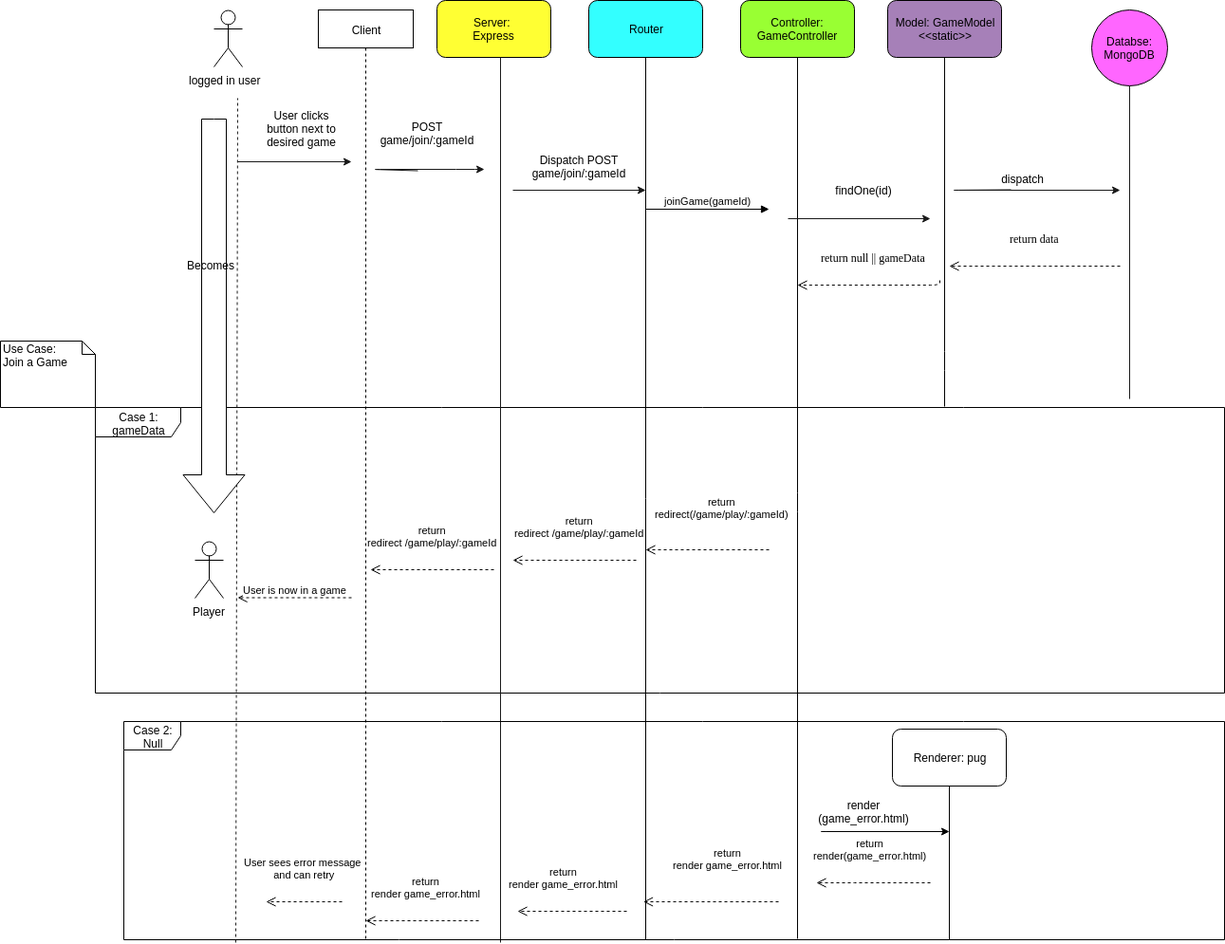
Earlier version of the draw.io export UML_Graphics/Sequence Diagram_ Join a Game.png (O-clock-Pulsar/Pictionary-TeamPyjamasque). Source tidied: cells renumbered, new cells last; positions are measured from the earlier drawing's top-left corner, leaving out a move shared by most shapes.
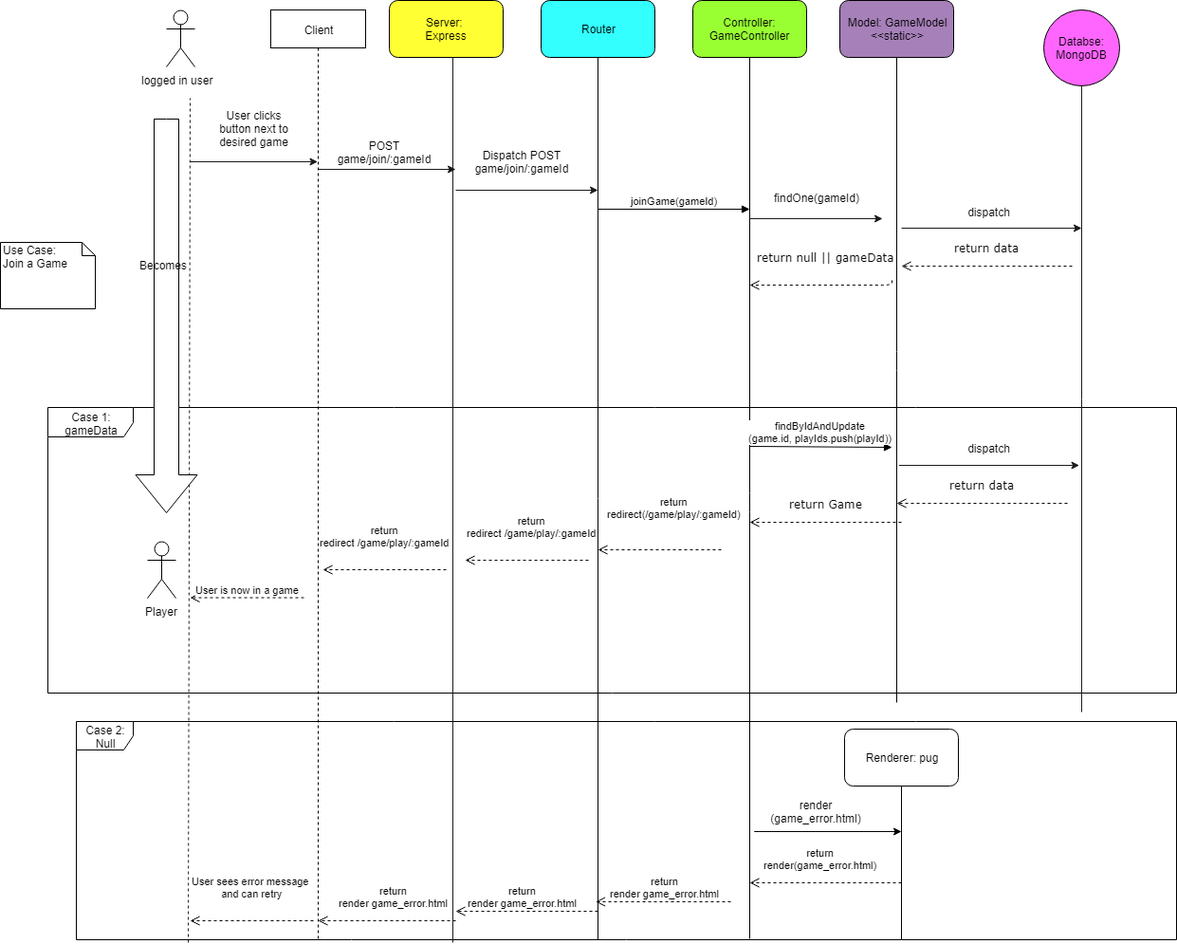
The same file after the commit.

Commit message:
Integration of information originally in accept or deny an invitation use case in the other diagrams

Diff of the diagram source:
```diff
@@ -2,11 +2,14 @@
   <root>
     <mxCell id="0" />
     <mxCell id="1" parent="0" />
+    <mxCell id="24" value="Case 2: Null" style="shape=umlFrame;whiteSpace=wrap;html=1;fillColor=#FFFFFF;" parent="1" vertex="1">
+      <mxGeometry x="130" y="760" width="1160" height="230" as="geometry" />
+    </mxCell>
     <mxCell id="2" value="Case 1: gameData" style="shape=umlFrame;whiteSpace=wrap;html=1;width=90;height=31;" parent="1" vertex="1">
       <mxGeometry x="100" y="429" width="1190" height="301" as="geometry" />
     </mxCell>
     <mxCell id="3" value="Dispatch POST game/join/:gameId" style="text;html=1;strokeColor=none;fillColor=none;align=center;verticalAlign=middle;whiteSpace=wrap;rounded=0;" parent="1" vertex="1">
-      <mxGeometry x="540" y="150" width="140" height="50" as="geometry" />
+      <mxGeometry x="530" y="145" width="140" height="50" as="geometry" />
     </mxCell>
     <mxCell id="4" value="logged in user&amp;nbsp;&amp;nbsp;" style="shape=umlActor;verticalLabelPosition=bottom;labelBackgroundColor=#ffffff;verticalAlign=top;html=1;" parent="1" vertex="1">
       <mxGeometry x="225" y="10" width="30" height="60" as="geometry" />
@@ -39,77 +42,56 @@
         </Array>
       </mxGeometry>
     </mxCell>
-    <mxCell id="12" style="endArrow=none;html=1;entryX=0.5;entryY=1;entryDx=0;entryDy=0;" parent="1" edge="1" target="8">
-      <mxGeometry relative="1" as="geometry">
-        <mxPoint x="995" y="428" as="sourcePoint" />
-        <Array as="points">
-          <mxPoint x="995" y="380" />
-        </Array>
-      </mxGeometry>
-    </mxCell>
     <mxCell id="13" style="endArrow=none;dashed=1;html=1;strokeColor=#1A1A1A;exitX=0.102;exitY=1.013;exitDx=0;exitDy=0;exitPerimeter=0;" parent="1" edge="1" source="24">
       <mxGeometry relative="1" as="geometry">
         <mxPoint x="250" y="103" as="targetPoint" />
       </mxGeometry>
     </mxCell>
-    <mxCell id="14" style="endArrow=classic;html=1;strokeColor=#1A1A1A;" parent="1" edge="1">
+    <mxCell id="14" style="endArrow=classic;html=1;strokeColor=#1A1A1A;" parent="1" edge="1" target="30">
       <mxGeometry relative="1" as="geometry">
         <mxPoint x="250" y="170" as="sourcePoint" />
-        <mxPoint x="370" y="170" as="targetPoint" />
       </mxGeometry>
     </mxCell>
     <mxCell id="15" value="User clicks button next to desired game" style="text;html=1;strokeColor=none;fillColor=none;align=center;verticalAlign=middle;whiteSpace=wrap;rounded=0;" parent="1" vertex="1">
       <mxGeometry x="275" y="120" width="85" height="30" as="geometry" />
     </mxCell>
-    <mxCell id="16" style="endArrow=classic;html=1;strokeColor=#1A1A1A;" parent="1" edge="1">
+    <mxCell id="16" style="endArrow=classic;html=1;strokeColor=#1A1A1A;" parent="1" edge="1" source="30">
       <mxGeometry relative="1" as="geometry">
-        <mxPoint x="440" y="179.5" as="sourcePoint" />
-        <mxPoint x="510" y="178" as="targetPoint" />
-        <Array as="points">
-          <mxPoint x="390" y="178" />
-          <mxPoint x="490" y="178" />
-          <mxPoint x="510" y="178" />
-        </Array>
+        <mxPoint x="530" y="178" as="targetPoint" />
       </mxGeometry>
     </mxCell>
     <mxCell id="17" value="POST game/join/:gameId" style="text;html=1;strokeColor=none;fillColor=none;align=center;verticalAlign=middle;whiteSpace=wrap;rounded=0;" parent="1" vertex="1">
-      <mxGeometry x="385" y="120" width="130" height="40" as="geometry" />
+      <mxGeometry x="390" y="140" width="130" height="40" as="geometry" />
     </mxCell>
     <mxCell id="18" style="endArrow=classic;html=1;strokeColor=#1A1A1A;" parent="1" edge="1">
       <mxGeometry relative="1" as="geometry">
-        <mxPoint x="540" y="200" as="sourcePoint" />
+        <mxPoint x="530" y="200" as="sourcePoint" />
         <mxPoint x="680" y="200" as="targetPoint" />
       </mxGeometry>
     </mxCell>
     <mxCell id="19" style="endArrow=classic;html=1;strokeColor=#1A1A1A;" parent="1" edge="1">
       <mxGeometry relative="1" as="geometry">
-        <mxPoint x="830" y="230" as="sourcePoint" />
+        <mxPoint x="840" y="230" as="sourcePoint" />
         <mxPoint x="980" y="230" as="targetPoint" />
       </mxGeometry>
     </mxCell>
-    <mxCell id="20" value="findOne(id)" style="text;html=1;strokeColor=none;fillColor=none;align=center;verticalAlign=middle;whiteSpace=wrap;rounded=0;" parent="1" vertex="1">
-      <mxGeometry x="850" y="175" width="120" height="50" as="geometry" />
+    <mxCell id="20" value="findOne(gameId)" style="text;html=1;strokeColor=none;fillColor=none;align=center;verticalAlign=middle;whiteSpace=wrap;rounded=0;" parent="1" vertex="1">
+      <mxGeometry x="850" y="180" width="120" height="55" as="geometry" />
     </mxCell>
     <mxCell id="21" style="endArrow=none;html=1;strokeColor=#1A1A1A;entryX=0.5;entryY=1;entryDx=0;entryDy=0;" parent="1" edge="1" target="9">
       <mxGeometry relative="1" as="geometry">
-        <mxPoint x="1190" y="420" as="sourcePoint" />
+        <mxPoint x="1190" y="750" as="sourcePoint" />
       </mxGeometry>
     </mxCell>
     <mxCell id="22" value="dispatch" style="text;html=1;strokeColor=none;fillColor=none;align=center;verticalAlign=middle;whiteSpace=wrap;rounded=0;" parent="1" vertex="1">
-      <mxGeometry x="985" y="160" width="185" height="55" as="geometry" />
+      <mxGeometry x="1000" y="210" width="185" height="25" as="geometry" />
     </mxCell>
     <mxCell id="23" style="endArrow=classic;html=1;strokeColor=#1A1A1A;" parent="1" edge="1">
       <mxGeometry relative="1" as="geometry">
-        <mxPoint x="1065" y="199.5" as="sourcePoint" />
-        <mxPoint x="1180" y="200" as="targetPoint" />
-        <Array as="points">
-          <mxPoint x="1000" y="200" />
-        </Array>
+        <mxPoint x="1000" y="240" as="sourcePoint" />
+        <mxPoint x="1190" y="240" as="targetPoint" />
       </mxGeometry>
     </mxCell>
-    <mxCell id="24" value="Case 2: Null" style="shape=umlFrame;whiteSpace=wrap;html=1;fillColor=#FFFFFF;" parent="1" vertex="1">
-      <mxGeometry x="130" y="760" width="1160" height="230" as="geometry" />
-    </mxCell>
     <mxCell id="25" value="Renderer: pug" style="rounded=1;whiteSpace=wrap;html=1;" parent="1" vertex="1">
       <mxGeometry x="940" y="768" width="120" height="60" as="geometry" />
     </mxCell>
@@ -121,7 +103,7 @@
         <mxPoint x="918" y="876" as="sourcePoint" />
         <mxPoint x="1000" y="876" as="targetPoint" />
         <Array as="points">
-          <mxPoint x="860" y="876" />
+          <mxPoint x="840" y="876" />
         </Array>
       </mxGeometry>
     </mxCell>
@@ -129,20 +111,21 @@
       <mxGeometry x="855" y="840" width="110" height="30" as="geometry" />
     </mxCell>
     <mxCell id="29" value="Use Case: &lt;br&gt;Join a Game" style="shape=note;whiteSpace=wrap;html=1;size=14;verticalAlign=top;align=left;spacingTop=-6;" parent="1" vertex="1">
-      <mxGeometry y="359" width="100" height="70" as="geometry" />
+      <mxGeometry x="50" y="255" width="100" height="70" as="geometry" />
     </mxCell>
     <mxCell id="30" value="Client" style="shape=umlLifeline;perimeter=lifelinePerimeter;whiteSpace=wrap;html=1;outlineConnect=0;" parent="1" vertex="1">
       <mxGeometry x="335" y="10" width="100" height="980" as="geometry" />
     </mxCell>
-    <mxCell id="31" value="return&lt;br&gt;render game_error.html" style="html=1;verticalAlign=bottom;endArrow=open;dashed=1;endSize=8;exitX=0.322;exitY=0.913;exitDx=0;exitDy=0;exitPerimeter=0;" parent="30" edge="1" source="24">
-      <mxGeometry x="-0.07" y="-20" relative="1" as="geometry">
+    <mxCell id="31" value="return&lt;br&gt;render game_error.html" style="html=1;verticalAlign=bottom;endArrow=open;dashed=1;endSize=8;" parent="30" edge="1">
+      <mxGeometry x="-0.09" y="-10" relative="1" as="geometry">
+        <mxPoint x="195" y="960" as="sourcePoint" />
         <mxPoint x="50" y="960" as="targetPoint" />
       </mxGeometry>
     </mxCell>
     <mxCell id="32" value="joinGame(gameId)" style="html=1;verticalAlign=bottom;endArrow=block;" parent="1" edge="1">
       <mxGeometry relative="1" as="geometry">
         <mxPoint x="680" y="220" as="sourcePoint" />
-        <mxPoint x="810" y="220" as="targetPoint" />
+        <mxPoint x="840" y="220" as="targetPoint" />
       </mxGeometry>
     </mxCell>
     <mxCell id="33" style="endArrow=none;html=1;entryX=0.5;entryY=1;entryDx=0;entryDy=0;" parent="1" edge="1" target="6">
@@ -151,7 +134,7 @@
       </mxGeometry>
     </mxCell>
     <mxCell id="34" value="return data" style="html=1;verticalAlign=bottom;endArrow=open;dashed=1;endSize=8;labelBackgroundColor=none;fontFamily=Verdana;fontSize=12;edgeStyle=elbowEdgeStyle;elbow=vertical;" parent="1" edge="1">
-      <mxGeometry y="-20" relative="1" as="geometry">
+      <mxGeometry y="-10" relative="1" as="geometry">
         <mxPoint x="1180" y="280" as="sourcePoint" />
         <mxPoint x="1000" y="280" as="targetPoint" />
       </mxGeometry>
@@ -192,30 +175,29 @@
     <mxCell id="41" value="Becomes" style="text;html=1;align=left;verticalAlign=top;spacingTop=-4;" parent="1" vertex="1">
       <mxGeometry x="195" y="270" width="70" height="20" as="geometry" />
     </mxCell>
-    <mxCell id="42" value="return&lt;br&gt;render(game_error.html)" style="html=1;verticalAlign=bottom;endArrow=open;dashed=1;endSize=8;entryX=0.629;entryY=0.739;entryDx=0;entryDy=0;entryPerimeter=0;" parent="1" edge="1" target="24">
-      <mxGeometry x="0.06" y="-20" relative="1" as="geometry">
-        <mxPoint x="980" y="930" as="sourcePoint" />
-        <Array as="points">
-          <mxPoint x="890" y="930" />
-        </Array>
+    <mxCell id="42" value="return&lt;br&gt;render(game_error.html)" style="html=1;verticalAlign=bottom;endArrow=open;dashed=1;endSize=8;" parent="1" edge="1">
+      <mxGeometry x="0.57" y="-41" relative="1" as="geometry">
+        <mxPoint x="1000" y="930" as="sourcePoint" />
+        <mxPoint x="840" y="930" as="targetPoint" />
+        <mxPoint x="40" y="31" as="offset" />
       </mxGeometry>
     </mxCell>
     <mxCell id="43" value="return&lt;br&gt;render game_error.html" style="html=1;verticalAlign=bottom;endArrow=open;dashed=1;endSize=8;" parent="1" edge="1">
-      <mxGeometry x="-0.25" y="-30" relative="1" as="geometry">
+      <mxGeometry x="-0.02" relative="1" as="geometry">
         <mxPoint x="820" y="950" as="sourcePoint" />
         <mxPoint x="677.5" y="950" as="targetPoint" />
       </mxGeometry>
     </mxCell>
     <mxCell id="44" value="return&lt;br&gt;render game_error.html" style="html=1;verticalAlign=bottom;endArrow=open;dashed=1;endSize=8;" parent="1" edge="1">
-      <mxGeometry x="0.17" y="-20" relative="1" as="geometry">
-        <mxPoint x="660" y="960" as="sourcePoint" />
-        <mxPoint x="545" y="960" as="targetPoint" />
+      <mxGeometry x="0.07" relative="1" as="geometry">
+        <mxPoint x="680" y="960" as="sourcePoint" />
+        <mxPoint x="530" y="960" as="targetPoint" />
       </mxGeometry>
     </mxCell>
     <mxCell id="45" value="User sees error message &lt;br&gt;and can retry" style="html=1;verticalAlign=bottom;endArrow=open;dashed=1;endSize=8;" parent="1" edge="1">
       <mxGeometry y="-20" relative="1" as="geometry">
-        <mxPoint x="360" y="950" as="sourcePoint" />
-        <mxPoint x="280" y="950" as="targetPoint" />
+        <mxPoint x="380" y="970" as="sourcePoint" />
+        <mxPoint x="250" y="970" as="targetPoint" />
       </mxGeometry>
     </mxCell>
     <mxCell id="46" value="return&lt;br&gt;redirect /game/play/:gameId" style="html=1;verticalAlign=bottom;endArrow=open;dashed=1;endSize=8;" parent="1" edge="1">
@@ -224,5 +206,40 @@
         <mxPoint x="390" y="600" as="targetPoint" />
       </mxGeometry>
     </mxCell>
+    <mxCell id="12" style="endArrow=none;html=1;entryX=0.5;entryY=1;entryDx=0;entryDy=0;" parent="1" edge="1" target="8">
+      <mxGeometry relative="1" as="geometry">
+        <mxPoint x="995" y="740" as="sourcePoint" />
+        <Array as="points">
+          <mxPoint x="995" y="380" />
+        </Array>
+      </mxGeometry>
+    </mxCell>
+    <mxCell id="47" value="findByIdAndUpdate&lt;br&gt;(game.id, playIds.push(playId))" style="html=1;verticalAlign=bottom;endArrow=block;" parent="1" edge="1">
+      <mxGeometry relative="1" as="geometry">
+        <mxPoint x="840" y="470" as="sourcePoint" />
+        <mxPoint x="990" y="471" as="targetPoint" />
+      </mxGeometry>
+    </mxCell>
+    <mxCell id="48" value="dispatch" style="text;html=1;strokeColor=none;fillColor=none;align=center;verticalAlign=middle;whiteSpace=wrap;rounded=0;" parent="1" vertex="1">
+      <mxGeometry x="1000" y="459.5" width="185" height="25" as="geometry" />
+    </mxCell>
+    <mxCell id="49" style="endArrow=classic;html=1;strokeColor=#1A1A1A;" parent="1" edge="1">
+      <mxGeometry relative="1" as="geometry">
+        <mxPoint x="997.5" y="490" as="sourcePoint" />
+        <mxPoint x="1187.5" y="490" as="targetPoint" />
+      </mxGeometry>
+    </mxCell>
+    <mxCell id="50" value="return data" style="html=1;verticalAlign=bottom;endArrow=open;dashed=1;endSize=8;labelBackgroundColor=none;fontFamily=Verdana;fontSize=12;edgeStyle=elbowEdgeStyle;elbow=vertical;" parent="1" edge="1">
+      <mxGeometry y="-10" relative="1" as="geometry">
+        <mxPoint x="1175" y="530" as="sourcePoint" />
+        <mxPoint x="995" y="530" as="targetPoint" />
+      </mxGeometry>
+    </mxCell>
+    <mxCell id="51" value="return Game" style="html=1;verticalAlign=bottom;endArrow=open;dashed=1;endSize=8;labelBackgroundColor=none;fontFamily=Verdana;fontSize=12;edgeStyle=elbowEdgeStyle;elbow=vertical;" parent="1" edge="1">
+      <mxGeometry y="-10" relative="1" as="geometry">
+        <mxPoint x="1000" y="550" as="sourcePoint" />
+        <mxPoint x="840" y="550" as="targetPoint" />
+      </mxGeometry>
+    </mxCell>
   </root>
 </mxGraphModel>
```
